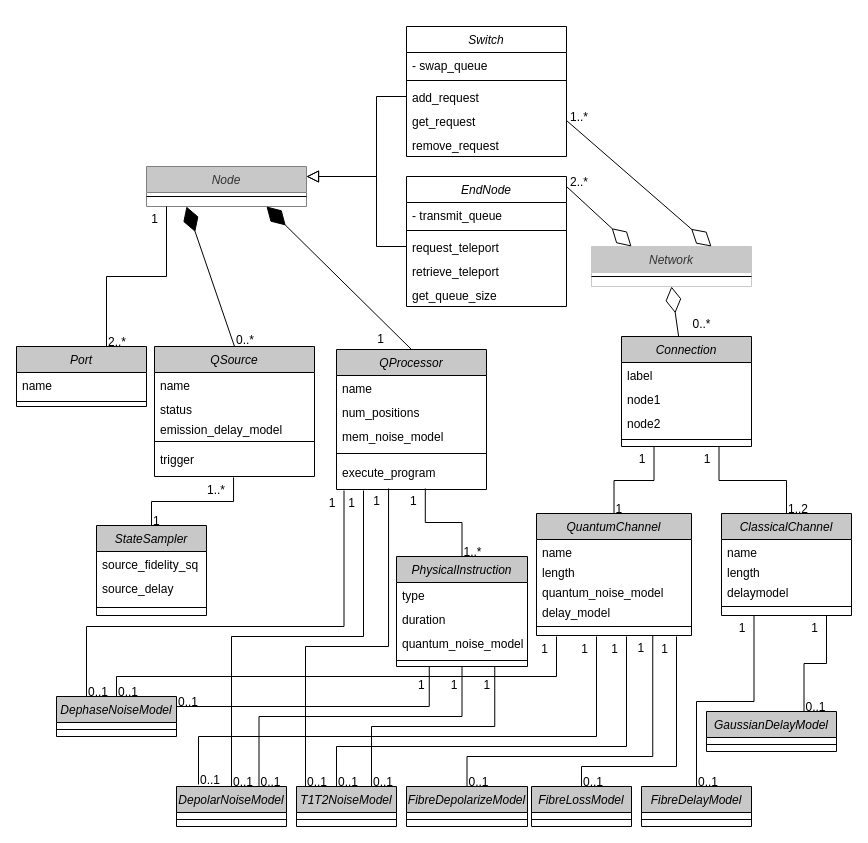
Before: Diagramas/Clase/tec-network.drawio in davidpcuvigo/quantumcity, a draw.io diagram. Source tidied: cells renumbered, new cells numbered last; positions are measured from the earlier drawing's top-left corner, leaving out a move shared by most shapes. Both pictures are drawn from the tidied source at 100%, with x=0, y=0 at pixel (16, 26).
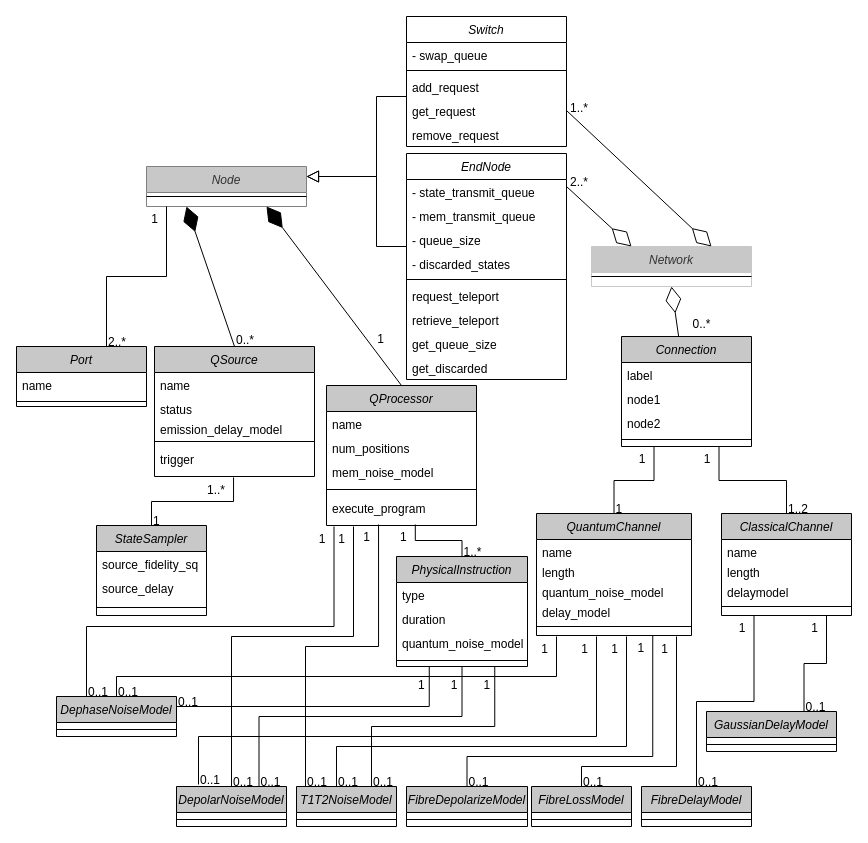
Above is the later version.

The change refers to these unchanged cells:
```xml
<mxCell id="125" value="add_request" style="text;align=left;verticalAlign=top;spacingLeft=4;spacingRight=4;overflow=hidden;points=[[0,0.5],[1,0.5]];portConstraint=eastwest;" parent="122" vertex="1">
  <mxGeometry y="58" width="160" height="24" as="geometry" />
</mxCell>
```

The edit, as a diff of the source:
```diff
@@
     <mxCell id="13" value="QProcessor" style="swimlane;fontStyle=2;align=center;verticalAlign=top;horizontal=1;startSize=26;rounded=0;shadow=0;strokeWidth=1;fillColor=#c8c8c8;" parent="1" vertex="1">
-      <mxGeometry x="320" y="323" width="150" height="140" as="geometry" />
+      <mxGeometry x="310" y="359" width="150" height="140" as="geometry" />
     </mxCell>
@@
     <mxCell id="122" value="Switch" style="swimlane;fontStyle=2;align=center;verticalAlign=top;horizontal=1;startSize=26;rounded=0;shadow=0;strokeWidth=1;" parent="1" vertex="1">
-      <mxGeometry x="390" width="160" height="130" as="geometry" />
+      <mxGeometry x="390" y="-10" width="160" height="130" as="geometry" />
     </mxCell>
@@
     <mxCell id="129" value="1..*" style="align=left;verticalAlign=bottom;labelBackgroundColor=none;fontSize=12;" parent="1" vertex="1">
-      <mxGeometry x="351" y="164" as="geometry">
+      <mxGeometry x="351" y="155" as="geometry">
         <mxPoint x="201" y="-65" as="offset" />
       </mxGeometry>
     </mxCell>
     <mxCell id="130" value="EndNode" style="swimlane;fontStyle=2;align=center;verticalAlign=top;horizontal=1;startSize=26;rounded=0;shadow=0;strokeWidth=1;" parent="1" vertex="1">
-      <mxGeometry x="390" y="150" width="160" height="130" as="geometry" />
+      <mxGeometry x="390" y="127" width="160" height="226" as="geometry" />
     </mxCell>
-    <mxCell id="131" value="- transmit_queue" style="text;align=left;verticalAlign=top;spacingLeft=4;spacingRight=4;overflow=hidden;" parent="130" vertex="1">
+    <mxCell id="131" value="- state_transmit_queue" style="text;align=left;verticalAlign=top;spacingLeft=4;spacingRight=4;overflow=hidden;" parent="130" vertex="1">
       <mxGeometry y="26" width="160" height="24" as="geometry" />
     </mxCell>
+    <mxCell id="140" value="- mem_transmit_queue" style="text;align=left;verticalAlign=top;spacingLeft=4;spacingRight=4;overflow=hidden;" parent="130" vertex="1">
+      <mxGeometry y="50" width="160" height="24" as="geometry" />
+    </mxCell>
+    <mxCell id="141" value="- queue_size" style="text;align=left;verticalAlign=top;spacingLeft=4;spacingRight=4;overflow=hidden;" parent="130" vertex="1">
+      <mxGeometry y="74" width="160" height="24" as="geometry" />
+    </mxCell>
+    <mxCell id="142" value="- discarded_states" style="text;align=left;verticalAlign=top;spacingLeft=4;spacingRight=4;overflow=hidden;" parent="130" vertex="1">
+      <mxGeometry y="98" width="160" height="24" as="geometry" />
+    </mxCell>
     <mxCell id="132" style="line;html=1;strokeWidth=1;align=left;verticalAlign=middle;spacingTop=-1;spacingLeft=3;spacingRight=3;labelPosition=right;" parent="130" vertex="1">
-      <mxGeometry y="50" width="160" height="8" as="geometry" />
+      <mxGeometry y="122" width="160" height="8" as="geometry" />
     </mxCell>
     <mxCell id="133" value="request_teleport" style="text;align=left;verticalAlign=top;spacingLeft=4;spacingRight=4;overflow=hidden;points=[[0,0.5],[1,0.5]];portConstraint=eastwest;" parent="130" vertex="1">
-      <mxGeometry y="58" width="160" height="24" as="geometry" />
+      <mxGeometry y="130" width="160" height="24" as="geometry" />
     </mxCell>
     <mxCell id="134" value="retrieve_teleport" style="text;align=left;verticalAlign=top;spacingLeft=4;spacingRight=4;overflow=hidden;" parent="130" vertex="1">
-      <mxGeometry y="82" width="160" height="24" as="geometry" />
+      <mxGeometry y="154" width="160" height="24" as="geometry" />
     </mxCell>
     <mxCell id="135" value="get_queue_size" style="text;align=left;verticalAlign=top;spacingLeft=4;spacingRight=4;overflow=hidden;" parent="130" vertex="1">
-      <mxGeometry y="106" width="160" height="24" as="geometry" />
+      <mxGeometry y="178" width="160" height="24" as="geometry" />
     </mxCell>
+    <mxCell id="143" value="get_discarded" style="text;align=left;verticalAlign=top;spacingLeft=4;spacingRight=4;overflow=hidden;" parent="130" vertex="1">
+      <mxGeometry y="202" width="160" height="24" as="geometry" />
+    </mxCell>
@@
-    <mxCell id="138" style="endArrow=none;html=1;rounded=0;entryX=0;entryY=0.5;entryDx=0;entryDy=0;" parent="1" edge="1" target="125">
+    <mxCell id="138" style="endArrow=none;html=1;rounded=0;entryX=0;entryY=0.917;entryDx=0;entryDy=0;entryPerimeter=0;" parent="1" edge="1" target="125">
       <mxGeometry relative="1" as="geometry">
         <mxPoint x="360" y="70" as="sourcePoint" />
       </mxGeometry>
     </mxCell>
-    <mxCell id="139" style="endArrow=none;html=1;rounded=0;entryX=0;entryY=0.5;entryDx=0;entryDy=0;" parent="1" edge="1" target="133">
+    <mxCell id="139" style="endArrow=none;html=1;rounded=0;" parent="1" edge="1">
       <mxGeometry relative="1" as="geometry">
         <mxPoint x="360" y="220" as="sourcePoint" />
+        <mxPoint x="390" y="220" as="targetPoint" />
       </mxGeometry>
     </mxCell>
```
